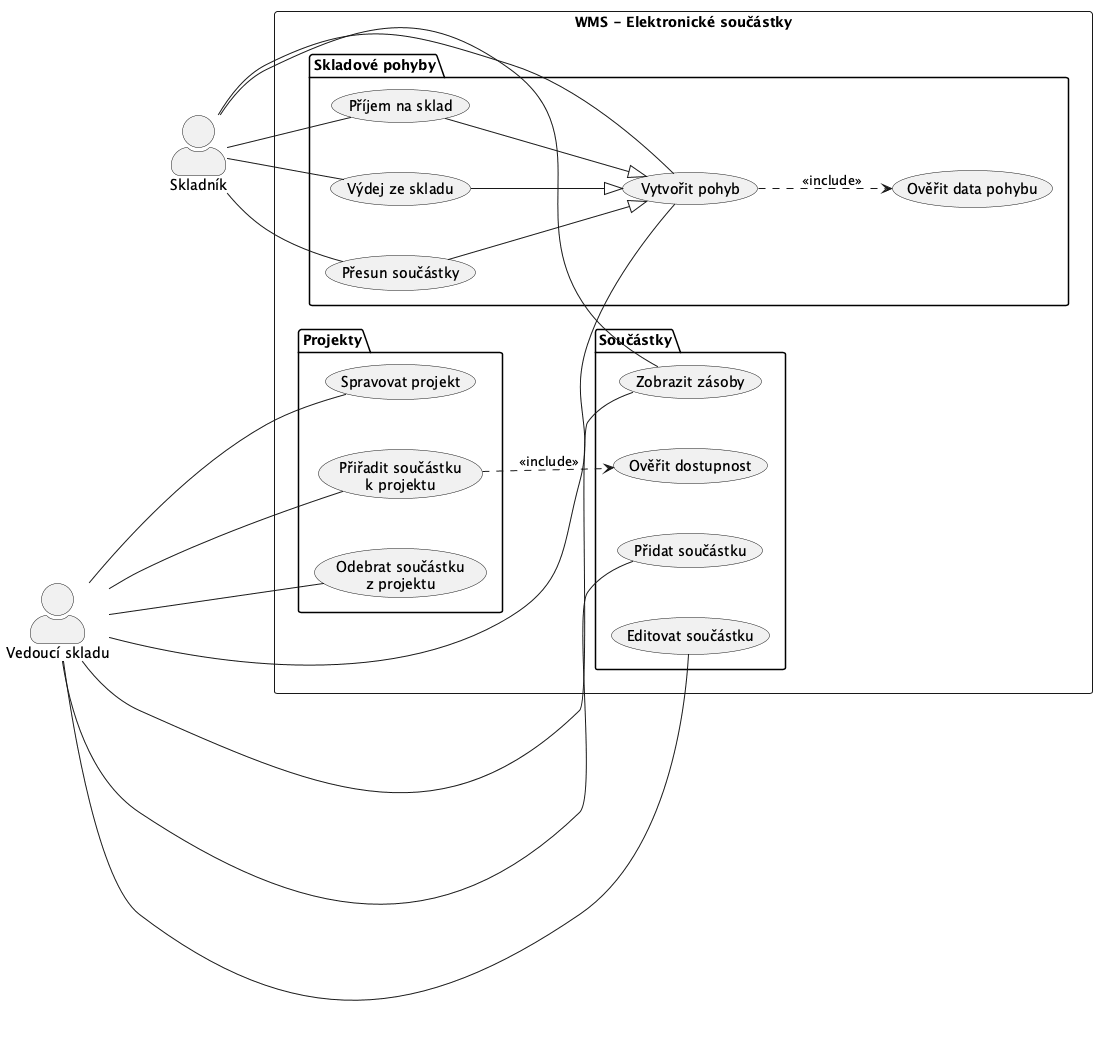
Earlier version of the PlantUML export docs/images/01_use_case.png (lkvapil/kOdevzdaniProjektWMS). The source it was exported from:
```plantuml
@startuml 01_use_case
left to right direction
skinparam actorStyle awesome
skinparam nodesep 50
skinparam ranksep 60
skinparam packagePadding 10

actor "Vedoucí skladu" as Vedouci
actor "Skladník" as Skladnik

Vedouci -[hidden]down- Skladnik

rectangle "WMS - Elektronické součástky" {

  package "Projekty" {
    usecase "Spravovat projekt" as UC_PROJEKT
    usecase "Přiřadit součástku\nk projektu" as UC_PRIRADIT
    usecase "Odebrat součástku\nz projektu" as UC_ODEBRAT
  }

  package "Součástky" {
    usecase "Přidat součástku" as UC_ADD
    usecase "Editovat součástku" as UC_EDIT
    usecase "Zobrazit zásoby" as UC_ZASOBY
    usecase "Ověřit dostupnost" as UC_DOSTUPNOST
  }

  package "Skladové pohyby" {
    usecase "Vytvořit pohyb" as UC_POHYB
    usecase "Ověřit data pohybu" as UC_OVERIT
    usecase "Příjem na sklad" as UC_PRIJEM
    usecase "Výdej ze skladu" as UC_VYDEJ
    usecase "Přesun součástky" as UC_PRESUN
  }

}

Vedouci -- UC_PROJEKT
Vedouci -- UC_PRIRADIT
Vedouci -- UC_ODEBRAT
Vedouci -- UC_ADD
Vedouci -- UC_EDIT
Vedouci -- UC_ZASOBY
Vedouci -- UC_POHYB

Skladnik -- UC_PRIJEM
Skladnik -- UC_VYDEJ
Skladnik -- UC_PRESUN
Skladnik -- UC_ZASOBY
Skladnik -- UC_POHYB

UC_POHYB    ..> UC_OVERIT     : <<include>>
UC_PRIRADIT ..> UC_DOSTUPNOST : <<include>>

UC_PRIJEM --|> UC_POHYB
UC_VYDEJ  --|> UC_POHYB
UC_PRESUN --|> UC_POHYB

@enduml
```
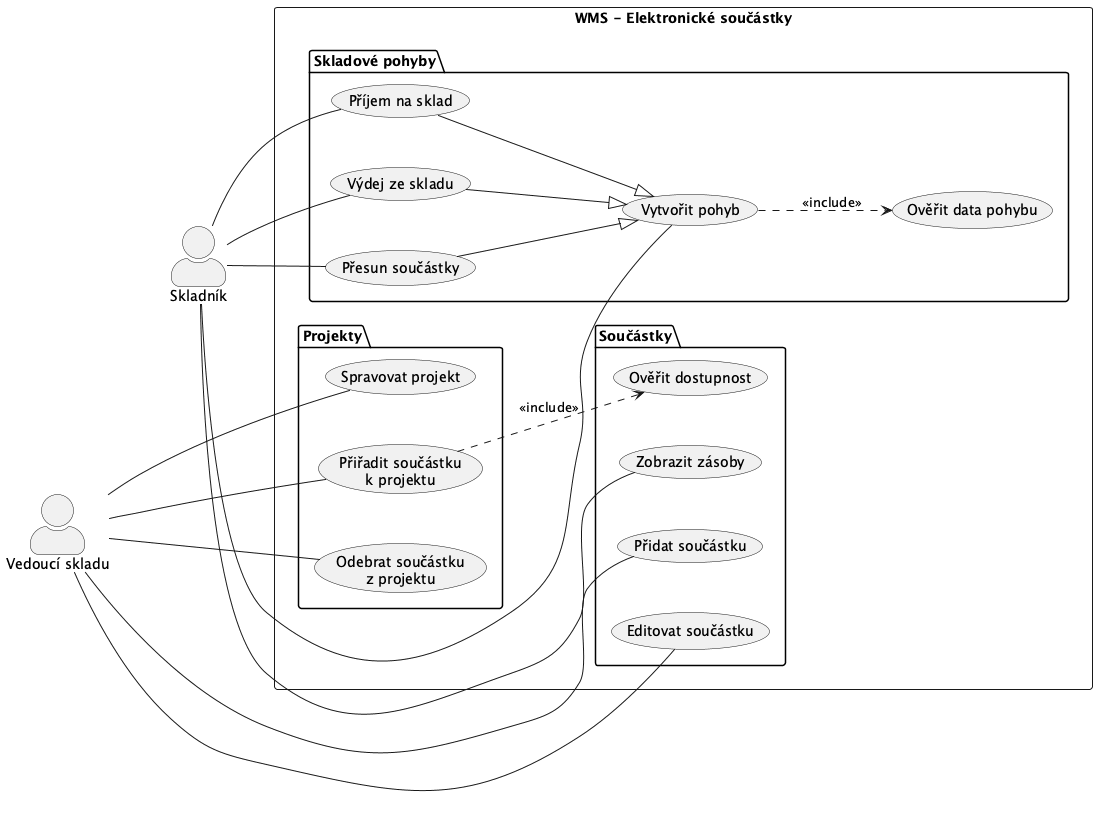
The same diagram one commit later.

What changed in the source:
```diff
@@ -40,8 +40,6 @@
 Vedouci -- UC_ODEBRAT
 Vedouci -- UC_ADD
 Vedouci -- UC_EDIT
-Vedouci -- UC_ZASOBY
-Vedouci -- UC_POHYB
 
 Skladnik -- UC_PRIJEM
 Skladnik -- UC_VYDEJ
```
